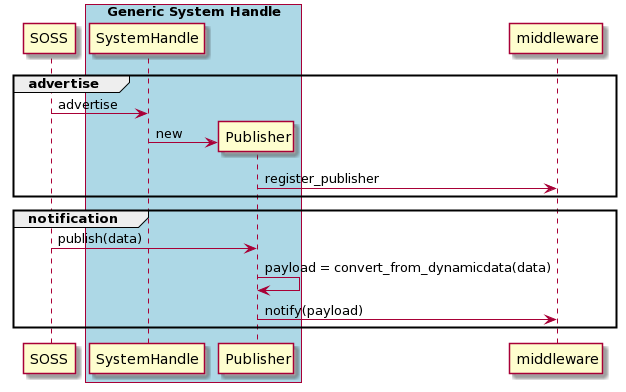
eProsima/Integration-Service-docs keeps this PlantUML diagram as docs/images/topic_publisher.png. Above is the earlier version.
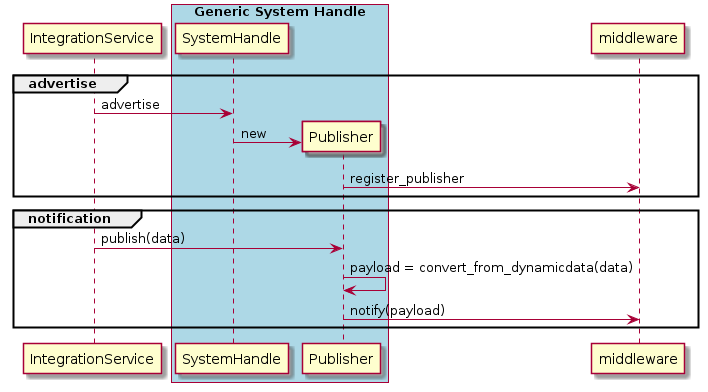
Later version of the same file.

Diff of the diagram source:
```diff
@@ -1,6 +1,8 @@
 @startuml
+
+
 group #transparent advertise
-        SOSS -> "SystemHandle" as SH : advertise
+        IntegrationService -> "SystemHandle" as SH : advertise
         create Publisher
         SH -> Publisher : new
         Publisher -> middleware : register_publisher
@@ -8,7 +10,7 @@
 
 
 group #transparent notification
-        SOSS -> Publisher : publish(data)
+        IntegrationService -> Publisher : publish(data)
         Publisher -> Publisher : payload = convert_from_dynamicdata(data)
         Publisher -> middleware : notify(payload)
 end
@@ -21,4 +23,6 @@
 
 
 participant middleware
+
+
 @enduml
```
